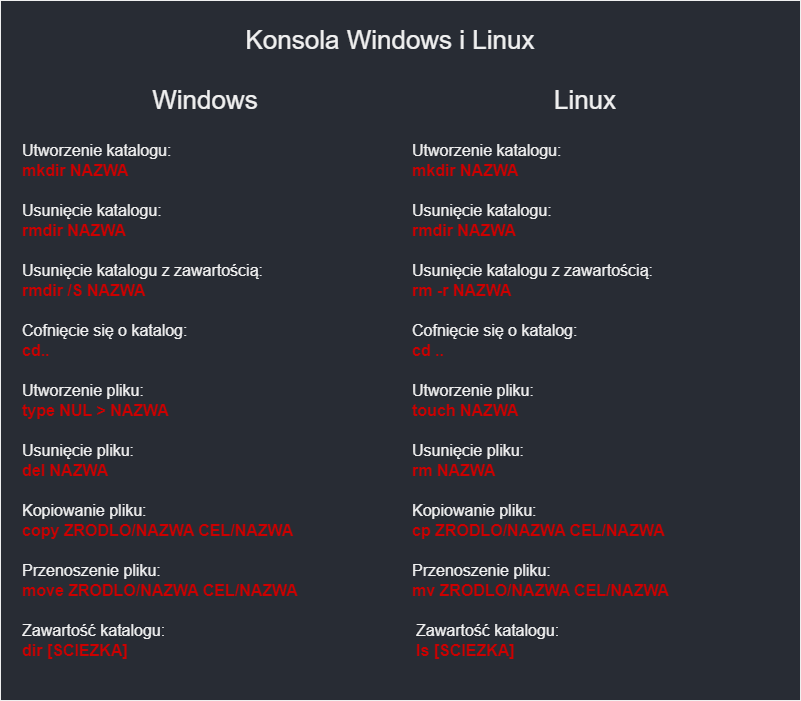
Before: public/images/info_console.png, a diagram exported from draw.io (sebastiansiedlarz409/QuizApp). Source tidied: cells renumbered, new cells last; positions are measured from the earlier drawing's top-left corner, leaving out a move shared by most shapes. The source it was exported from:
```xml
<mxGraphModel>
  <root>
    <mxCell id="0" />
    <mxCell id="1" parent="0" />
    <mxCell id="2" style="rounded=0;whiteSpace=wrap;html=1;fillColor=#282c34;" parent="1" vertex="1">
      <mxGeometry width="800" height="700" as="geometry" />
    </mxCell>
    <mxCell id="3" value="Konsola Windows i Linux" style="text;html=1;strokeColor=none;fillColor=none;align=center;verticalAlign=middle;whiteSpace=wrap;rounded=0;fontSize=26;" parent="1" vertex="1">
      <mxGeometry x="110" y="10" width="560" height="60" as="geometry" />
    </mxCell>
    <mxCell id="4" value="Windows" style="text;html=1;strokeColor=none;fillColor=none;align=center;verticalAlign=middle;whiteSpace=wrap;rounded=0;fontSize=26;" parent="1" vertex="1">
      <mxGeometry x="100" y="70" width="210" height="60" as="geometry" />
    </mxCell>
    <mxCell id="5" value="Linux" style="text;html=1;strokeColor=none;fillColor=none;align=center;verticalAlign=middle;whiteSpace=wrap;rounded=0;fontSize=26;" parent="1" vertex="1">
      <mxGeometry x="480" y="70" width="210" height="60" as="geometry" />
    </mxCell>
    <mxCell id="6" value="&lt;span style=&quot;font-size: 16px;&quot;&gt;Utworzenie katalogu:&lt;br&gt;&lt;font style=&quot;font-size: 16px;&quot; color=&quot;#cc0000&quot;&gt;&lt;b&gt;mkdir NAZWA&lt;/b&gt;&lt;/font&gt;&lt;br&gt;&lt;/span&gt;" style="text;html=1;strokeColor=none;fillColor=none;align=left;verticalAlign=middle;whiteSpace=wrap;rounded=0;" parent="1" vertex="1">
      <mxGeometry x="20" y="130" width="210" height="60" as="geometry" />
    </mxCell>
    <mxCell id="7" value="&lt;span style=&quot;font-size: 16px;&quot;&gt;Utworzenie katalogu:&lt;br&gt;&lt;font style=&quot;font-size: 16px;&quot; color=&quot;#cc0000&quot;&gt;&lt;b&gt;mkdir NAZWA&lt;/b&gt;&lt;/font&gt;&lt;br&gt;&lt;/span&gt;" style="text;html=1;strokeColor=none;fillColor=none;align=left;verticalAlign=middle;whiteSpace=wrap;rounded=0;" parent="1" vertex="1">
      <mxGeometry x="410" y="130" width="210" height="60" as="geometry" />
    </mxCell>
    <mxCell id="8" value="&lt;span style=&quot;font-size: 16px;&quot;&gt;Usunięcie katalogu:&lt;br&gt;&lt;font style=&quot;font-size: 16px;&quot; color=&quot;#cc0000&quot;&gt;&lt;b&gt;rmdir NAZWA&lt;/b&gt;&lt;/font&gt;&lt;br&gt;&lt;/span&gt;" style="text;html=1;strokeColor=none;fillColor=none;align=left;verticalAlign=middle;whiteSpace=wrap;rounded=0;" parent="1" vertex="1">
      <mxGeometry x="20" y="190" width="210" height="60" as="geometry" />
    </mxCell>
    <mxCell id="9" value="&lt;span style=&quot;font-size: 16px;&quot;&gt;Usunięcie katalogu:&lt;br&gt;&lt;font style=&quot;font-size: 16px;&quot; color=&quot;#cc0000&quot;&gt;&lt;b&gt;rmdir NAZWA&lt;/b&gt;&lt;/font&gt;&lt;br&gt;&lt;/span&gt;" style="text;html=1;strokeColor=none;fillColor=none;align=left;verticalAlign=middle;whiteSpace=wrap;rounded=0;" parent="1" vertex="1">
      <mxGeometry x="410" y="190" width="210" height="60" as="geometry" />
    </mxCell>
    <mxCell id="10" value="&lt;span style=&quot;font-size: 16px;&quot;&gt;Usunięcie katalogu z zawartością:&lt;br&gt;&lt;font style=&quot;font-size: 16px;&quot; color=&quot;#cc0000&quot;&gt;&lt;b&gt;rmdir /S NAZWA&lt;/b&gt;&lt;/font&gt;&lt;br&gt;&lt;/span&gt;" style="text;html=1;strokeColor=none;fillColor=none;align=left;verticalAlign=middle;whiteSpace=wrap;rounded=0;" parent="1" vertex="1">
      <mxGeometry x="20" y="250" width="310" height="60" as="geometry" />
    </mxCell>
    <mxCell id="11" value="&lt;span style=&quot;font-size: 16px;&quot;&gt;Usunięcie katalogu z zawartością:&lt;br&gt;&lt;font style=&quot;font-size: 16px;&quot; color=&quot;#cc0000&quot;&gt;&lt;b&gt;rm -r NAZWA&lt;/b&gt;&lt;/font&gt;&lt;br&gt;&lt;/span&gt;" style="text;html=1;strokeColor=none;fillColor=none;align=left;verticalAlign=middle;whiteSpace=wrap;rounded=0;" parent="1" vertex="1">
      <mxGeometry x="410" y="250" width="320" height="60" as="geometry" />
    </mxCell>
    <mxCell id="12" value="&lt;span style=&quot;font-size: 16px;&quot;&gt;Cofnięcie się o katalog:&lt;br&gt;&lt;font color=&quot;#cc0000&quot;&gt;&lt;b&gt;cd..&lt;/b&gt;&lt;/font&gt;&lt;br&gt;&lt;/span&gt;" style="text;html=1;strokeColor=none;fillColor=none;align=left;verticalAlign=middle;whiteSpace=wrap;rounded=0;" parent="1" vertex="1">
      <mxGeometry x="20" y="310" width="210" height="60" as="geometry" />
    </mxCell>
    <mxCell id="13" value="&lt;span style=&quot;font-size: 16px;&quot;&gt;Cofnięcie się o katalog:&lt;br&gt;&lt;font color=&quot;#cc0000&quot;&gt;&lt;b&gt;cd ..&lt;/b&gt;&lt;/font&gt;&lt;br&gt;&lt;/span&gt;" style="text;html=1;strokeColor=none;fillColor=none;align=left;verticalAlign=middle;whiteSpace=wrap;rounded=0;" parent="1" vertex="1">
      <mxGeometry x="410" y="310" width="210" height="60" as="geometry" />
    </mxCell>
    <mxCell id="14" value="&lt;span style=&quot;font-size: 16px;&quot;&gt;Utworzenie pliku:&lt;br&gt;&lt;font color=&quot;#cc0000&quot;&gt;&lt;b&gt;touch NAZWA&lt;/b&gt;&lt;/font&gt;&lt;br&gt;&lt;/span&gt;" style="text;html=1;strokeColor=none;fillColor=none;align=left;verticalAlign=middle;whiteSpace=wrap;rounded=0;" parent="1" vertex="1">
      <mxGeometry x="410" y="370" width="210" height="60" as="geometry" />
    </mxCell>
    <mxCell id="15" value="&lt;span style=&quot;font-size: 16px;&quot;&gt;Utworzenie pliku:&lt;br&gt;&lt;font color=&quot;#cc0000&quot;&gt;&lt;b&gt;type NUL &amp;gt; NAZWA&lt;/b&gt;&lt;/font&gt;&lt;br&gt;&lt;/span&gt;" style="text;html=1;strokeColor=none;fillColor=none;align=left;verticalAlign=middle;whiteSpace=wrap;rounded=0;" parent="1" vertex="1">
      <mxGeometry x="20" y="370" width="210" height="60" as="geometry" />
    </mxCell>
    <mxCell id="16" value="&lt;span style=&quot;font-size: 16px;&quot;&gt;Usunięcie pliku:&lt;br&gt;&lt;font color=&quot;#cc0000&quot;&gt;&lt;b&gt;del NAZWA&lt;/b&gt;&lt;/font&gt;&lt;br&gt;&lt;/span&gt;" style="text;html=1;strokeColor=none;fillColor=none;align=left;verticalAlign=middle;whiteSpace=wrap;rounded=0;" parent="1" vertex="1">
      <mxGeometry x="20" y="430" width="210" height="60" as="geometry" />
    </mxCell>
    <mxCell id="17" value="&lt;span style=&quot;font-size: 16px;&quot;&gt;Usunięcie pliku:&lt;br&gt;&lt;font color=&quot;#cc0000&quot;&gt;&lt;b&gt;rm NAZWA&lt;/b&gt;&lt;/font&gt;&lt;br&gt;&lt;/span&gt;" style="text;html=1;strokeColor=none;fillColor=none;align=left;verticalAlign=middle;whiteSpace=wrap;rounded=0;" parent="1" vertex="1">
      <mxGeometry x="410" y="430" width="210" height="60" as="geometry" />
    </mxCell>
    <mxCell id="18" value="&lt;span style=&quot;font-size: 16px;&quot;&gt;Kopiowanie pliku:&lt;br&gt;&lt;font color=&quot;#cc0000&quot;&gt;&lt;b&gt;cp ZRODLO/NAZWA CEL/NAZWA&lt;/b&gt;&lt;/font&gt;&lt;br&gt;&lt;/span&gt;" style="text;html=1;strokeColor=none;fillColor=none;align=left;verticalAlign=middle;whiteSpace=wrap;rounded=0;" parent="1" vertex="1">
      <mxGeometry x="410" y="490" width="280" height="60" as="geometry" />
    </mxCell>
    <mxCell id="19" value="&lt;span style=&quot;font-size: 16px;&quot;&gt;Przenoszenie pliku:&lt;br&gt;&lt;font color=&quot;#cc0000&quot;&gt;&lt;b&gt;mv ZRODLO/NAZWA CEL/NAZWA&lt;/b&gt;&lt;/font&gt;&lt;br&gt;&lt;/span&gt;" style="text;html=1;strokeColor=none;fillColor=none;align=left;verticalAlign=middle;whiteSpace=wrap;rounded=0;" parent="1" vertex="1">
      <mxGeometry x="410" y="550" width="280" height="60" as="geometry" />
    </mxCell>
    <mxCell id="20" value="&lt;span style=&quot;font-size: 16px;&quot;&gt;Kopiowanie pliku:&lt;br&gt;&lt;font color=&quot;#cc0000&quot;&gt;&lt;b&gt;copy ZRODLO/NAZWA CEL/NAZWA&lt;/b&gt;&lt;/font&gt;&lt;br&gt;&lt;/span&gt;" style="text;html=1;strokeColor=none;fillColor=none;align=left;verticalAlign=middle;whiteSpace=wrap;rounded=0;" parent="1" vertex="1">
      <mxGeometry x="20" y="490" width="280" height="60" as="geometry" />
    </mxCell>
    <mxCell id="21" value="&lt;span style=&quot;font-size: 16px;&quot;&gt;Przenoszenie pliku:&lt;br&gt;&lt;font color=&quot;#cc0000&quot;&gt;&lt;b&gt;move ZRODLO/NAZWA CEL/NAZWA&lt;/b&gt;&lt;/font&gt;&lt;br&gt;&lt;/span&gt;" style="text;html=1;strokeColor=none;fillColor=none;align=left;verticalAlign=middle;whiteSpace=wrap;rounded=0;" parent="1" vertex="1">
      <mxGeometry x="20" y="550" width="280" height="60" as="geometry" />
    </mxCell>
    <mxCell id="22" value="&lt;span style=&quot;font-size: 16px;&quot;&gt;Zawartość katalogu:&lt;br&gt;&lt;font color=&quot;#cc0000&quot;&gt;&lt;b&gt;dir [SCIEZKA]&lt;/b&gt;&lt;/font&gt;&lt;br&gt;&lt;/span&gt;" style="text;html=1;strokeColor=none;fillColor=none;align=left;verticalAlign=middle;whiteSpace=wrap;rounded=0;" parent="1" vertex="1">
      <mxGeometry x="20" y="610" width="210" height="60" as="geometry" />
    </mxCell>
    <mxCell id="23" value="&lt;span style=&quot;font-size: 16px;&quot;&gt;Zawartość katalogu:&lt;br&gt;&lt;font color=&quot;#cc0000&quot;&gt;&lt;b&gt;ls [SCIEZKA]&lt;/b&gt;&lt;/font&gt;&lt;br&gt;&lt;/span&gt;" style="text;html=1;strokeColor=none;fillColor=none;align=left;verticalAlign=middle;whiteSpace=wrap;rounded=0;" parent="1" vertex="1">
      <mxGeometry x="414" y="610" width="210" height="60" as="geometry" />
    </mxCell>
  </root>
</mxGraphModel>
```
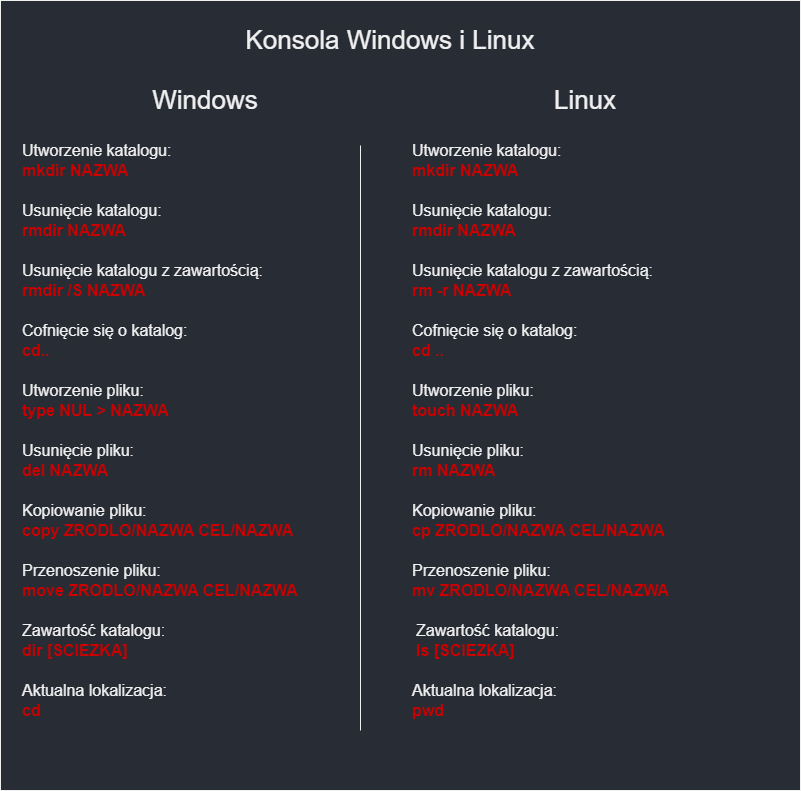
The same file after the commit.

The edit, as a diff of the source:
```diff
@@ -3,7 +3,7 @@
     <mxCell id="0" />
     <mxCell id="1" parent="0" />
     <mxCell id="2" style="rounded=0;whiteSpace=wrap;html=1;fillColor=#282c34;" parent="1" vertex="1">
-      <mxGeometry width="800" height="700" as="geometry" />
+      <mxGeometry width="800" height="790" as="geometry" />
     </mxCell>
     <mxCell id="3" value="Konsola Windows i Linux" style="text;html=1;strokeColor=none;fillColor=none;align=center;verticalAlign=middle;whiteSpace=wrap;rounded=0;fontSize=26;" parent="1" vertex="1">
       <mxGeometry x="110" y="10" width="560" height="60" as="geometry" />
@@ -15,7 +15,7 @@
       <mxGeometry x="480" y="70" width="210" height="60" as="geometry" />
     </mxCell>
     <mxCell id="6" value="&lt;span style=&quot;font-size: 16px;&quot;&gt;Utworzenie katalogu:&lt;br&gt;&lt;font style=&quot;font-size: 16px;&quot; color=&quot;#cc0000&quot;&gt;&lt;b&gt;mkdir NAZWA&lt;/b&gt;&lt;/font&gt;&lt;br&gt;&lt;/span&gt;" style="text;html=1;strokeColor=none;fillColor=none;align=left;verticalAlign=middle;whiteSpace=wrap;rounded=0;" parent="1" vertex="1">
-      <mxGeometry x="20" y="130" width="210" height="60" as="geometry" />
+      <mxGeometry x="20" y="130" width="340" height="60" as="geometry" />
     </mxCell>
     <mxCell id="7" value="&lt;span style=&quot;font-size: 16px;&quot;&gt;Utworzenie katalogu:&lt;br&gt;&lt;font style=&quot;font-size: 16px;&quot; color=&quot;#cc0000&quot;&gt;&lt;b&gt;mkdir NAZWA&lt;/b&gt;&lt;/font&gt;&lt;br&gt;&lt;/span&gt;" style="text;html=1;strokeColor=none;fillColor=none;align=left;verticalAlign=middle;whiteSpace=wrap;rounded=0;" parent="1" vertex="1">
       <mxGeometry x="410" y="130" width="210" height="60" as="geometry" />
@@ -68,5 +68,14 @@
     <mxCell id="23" value="&lt;span style=&quot;font-size: 16px;&quot;&gt;Zawartość katalogu:&lt;br&gt;&lt;font color=&quot;#cc0000&quot;&gt;&lt;b&gt;ls [SCIEZKA]&lt;/b&gt;&lt;/font&gt;&lt;br&gt;&lt;/span&gt;" style="text;html=1;strokeColor=none;fillColor=none;align=left;verticalAlign=middle;whiteSpace=wrap;rounded=0;" parent="1" vertex="1">
       <mxGeometry x="414" y="610" width="210" height="60" as="geometry" />
     </mxCell>
+    <mxCell id="24" value="&lt;span style=&quot;font-size: 16px;&quot;&gt;Aktualna lokalizacja:&lt;br&gt;&lt;font color=&quot;#cc0000&quot;&gt;&lt;b&gt;cd&lt;/b&gt;&lt;/font&gt;&lt;br&gt;&lt;/span&gt;" style="text;html=1;strokeColor=none;fillColor=none;align=left;verticalAlign=middle;whiteSpace=wrap;rounded=0;" parent="1" vertex="1">
+      <mxGeometry x="20" y="670" width="340" height="60" as="geometry" />
+    </mxCell>
+    <mxCell id="25" value="&lt;span style=&quot;font-size: 16px;&quot;&gt;Aktualna lokalizacja:&lt;br&gt;&lt;font color=&quot;#cc0000&quot;&gt;&lt;b&gt;pwd&lt;/b&gt;&lt;/font&gt;&lt;br&gt;&lt;/span&gt;" style="text;html=1;strokeColor=none;fillColor=none;align=left;verticalAlign=middle;whiteSpace=wrap;rounded=0;" parent="1" vertex="1">
+      <mxGeometry x="410" y="670" width="210" height="60" as="geometry" />
+    </mxCell>
+    <mxCell id="26" style="endArrow=none;html=1;rounded=0;entryX=1;entryY=0.25;entryDx=0;entryDy=0;exitX=1;exitY=1;exitDx=0;exitDy=0;" parent="1" edge="1" source="24" target="6">
+      <mxGeometry relative="1" as="geometry" />
+    </mxCell>
   </root>
 </mxGraphModel>
```
